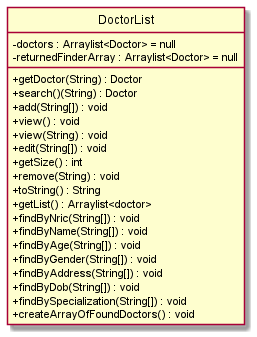
Earlier version of the PlantUML export docs/diagrams/DoctorList.png (nus-cs2113-AY2122S2/tp).
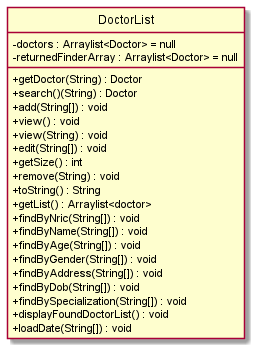
The same file after the commit.

Diff of the diagram source:
```diff
@@ -21,7 +21,8 @@
 +findByAddress(String[]) : void
 +findByDob(String[]) : void
 +findBySpecialization(String[]) : void
-+createArrayOfFoundDoctors() : void
++displayFoundDoctorList() : void
++loadDate(String[]) : void
 }
 
 @enduml
```
